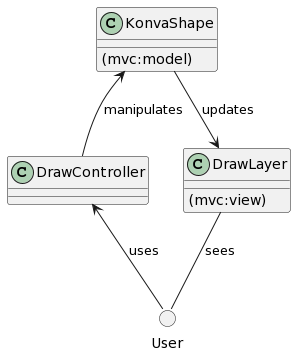
This is resources/doc/img/classes-layers-draw.png from ivmartel/dwv, a PlantUML export, as it was before one commit.
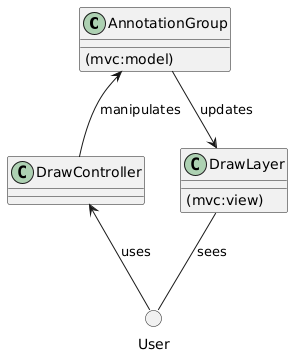
After the change.

Commit message:
Split architecture doc, update content

What changed in the source:
```diff
@@ -1,5 +1,5 @@
 @startuml
-class KonvaShape {
+class AnnotationGroup {
   (mvc:model)
 }
 class DrawLayer {
@@ -9,8 +9,8 @@
 
 circle User
 
-KonvaShape --> DrawLayer: updates
+AnnotationGroup --> DrawLayer: updates
 DrawLayer -- User: sees
 User -up-> DrawController: uses
-DrawController -up-> KonvaShape: manipulates
+DrawController -up-> AnnotationGroup: manipulates
 @enduml
```
